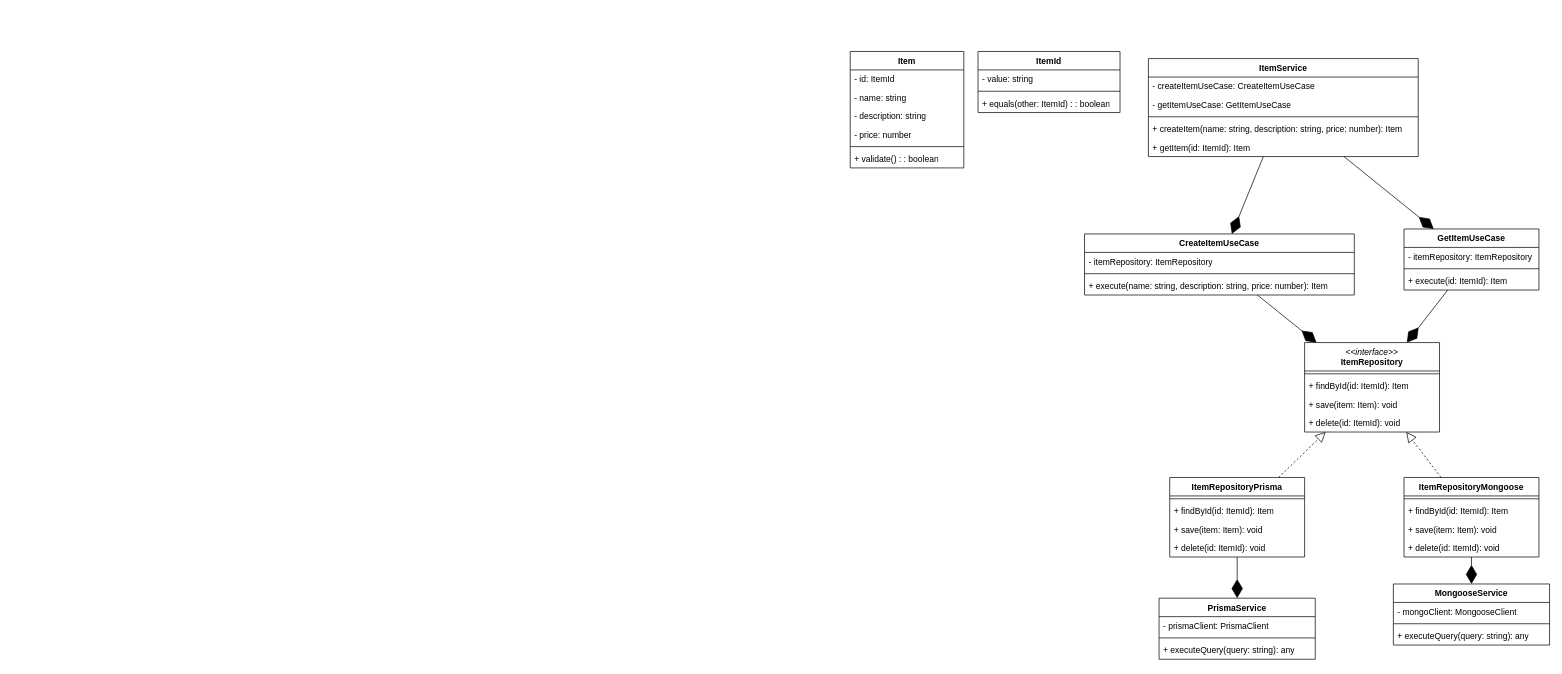
IxyzDev/nestjs-ddd-hexagonal keeps this draw.io diagram as page "Clases" (5 of 5) of docs/diseños/diagrams/02-lógico.drawio. Above is the earlier version. Source tidied: cells renumbered, new cells numbered last; positions are measured from the earlier drawing's top-left corner, leaving out a move shared by most shapes. Both pictures are drawn from the tidied source at 71%, with x=0, y=0 at pixel (850, 51).
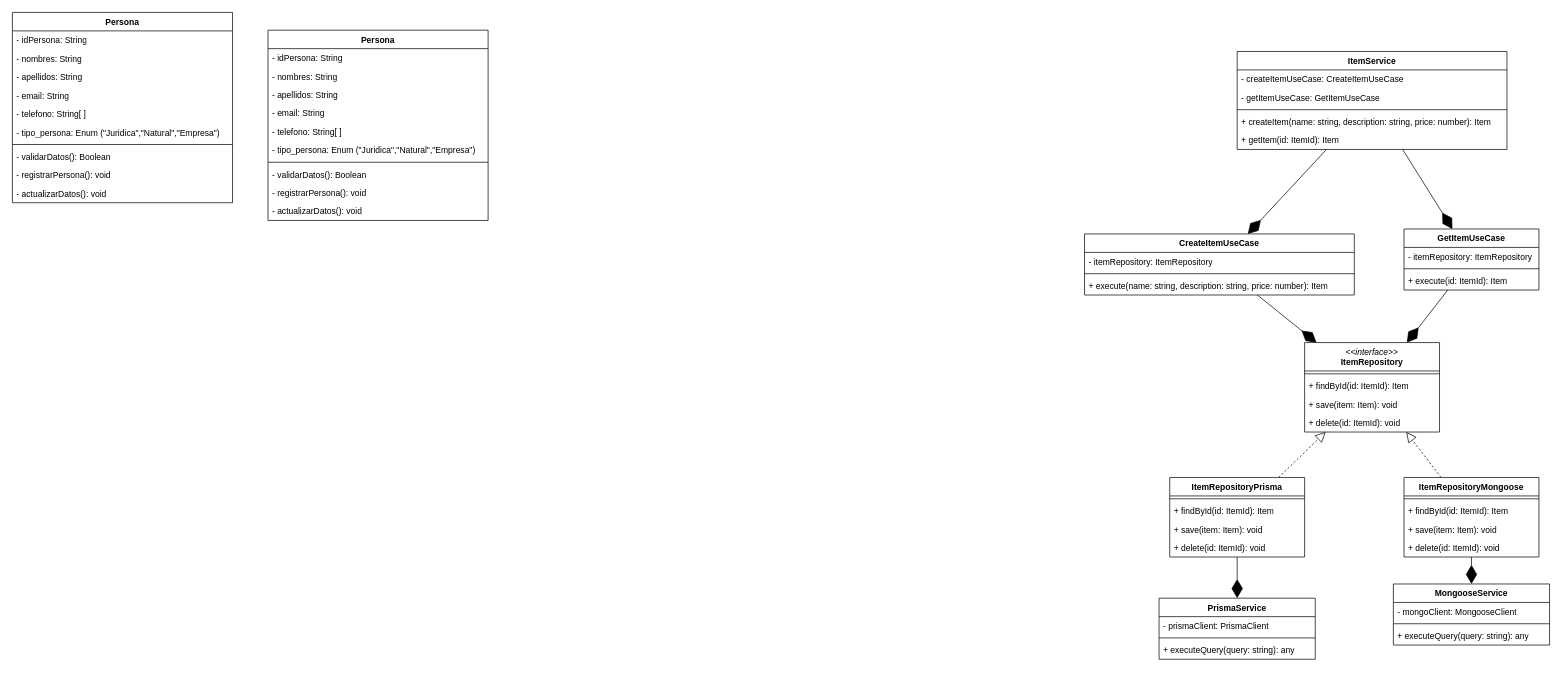
Above is the later version.

The edit, as a diff of the source:
```diff
@@
-    <mxCell id="2" value="Item" style="swimlane;fontStyle=1;align=center;verticalAlign=top;horizontal=1;startSize=26;whiteSpace=wrap;html=1;" parent="1" vertex="1">
-      <mxGeometry width="160" height="164" as="geometry" />
-    </mxCell>
-    <mxCell id="3" value="- id: ItemId" style="text;strokeColor=none;fillColor=none;align=left;verticalAlign=top;spacingLeft=4;spacingRight=4;overflow=hidden;whiteSpace=wrap;html=1;" parent="2" vertex="1">
-      <mxGeometry y="26" width="160" height="26" as="geometry" />
-    </mxCell>
-    <mxCell id="4" value="- name: string" style="text;strokeColor=none;fillColor=none;align=left;verticalAlign=top;spacingLeft=4;spacingRight=4;overflow=hidden;whiteSpace=wrap;html=1;" parent="2" vertex="1">
-      <mxGeometry y="52" width="160" height="26" as="geometry" />
-    </mxCell>
-    <mxCell id="5" value="- description: string" style="text;strokeColor=none;fillColor=none;align=left;verticalAlign=top;spacingLeft=4;spacingRight=4;overflow=hidden;whiteSpace=wrap;html=1;" parent="2" vertex="1">
-      <mxGeometry y="78" width="160" height="26" as="geometry" />
-    </mxCell>
-    <mxCell id="6" value="- price: number" style="text;strokeColor=none;fillColor=none;align=left;verticalAlign=top;spacingLeft=4;spacingRight=4;overflow=hidden;whiteSpace=wrap;html=1;" parent="2" vertex="1">
-      <mxGeometry y="104" width="160" height="26" as="geometry" />
-    </mxCell>
-    <mxCell id="7" style="line;strokeWidth=1;fillColor=none;align=left;verticalAlign=middle;spacingTop=-1;spacingLeft=3;spacingRight=3;labelPosition=right;strokeColor=inherit;" parent="2" vertex="1">
-      <mxGeometry y="130" width="160" height="8" as="geometry" />
-    </mxCell>
-    <mxCell id="8" value="+ validate() : : boolean" style="text;strokeColor=none;fillColor=none;align=left;verticalAlign=top;spacingLeft=4;spacingRight=4;overflow=hidden;whiteSpace=wrap;html=1;" parent="2" vertex="1">
-      <mxGeometry y="138" width="160" height="26" as="geometry" />
-    </mxCell>
-    <mxCell id="9" value="ItemId" style="swimlane;fontStyle=1;align=center;verticalAlign=top;horizontal=1;startSize=26;whiteSpace=wrap;html=1;" parent="1" vertex="1">
-      <mxGeometry x="180" width="200" height="86" as="geometry" />
-    </mxCell>
-    <mxCell id="10" value="- value: string" style="text;strokeColor=none;fillColor=none;align=left;verticalAlign=top;spacingLeft=4;spacingRight=4;overflow=hidden;whiteSpace=wrap;html=1;" parent="9" vertex="1">
-      <mxGeometry y="26" width="200" height="26" as="geometry" />
-    </mxCell>
-    <mxCell id="11" style="line;strokeWidth=1;fillColor=none;align=left;verticalAlign=middle;spacingTop=-1;spacingLeft=3;spacingRight=3;labelPosition=right;strokeColor=inherit;" parent="9" vertex="1">
-      <mxGeometry y="52" width="200" height="8" as="geometry" />
-    </mxCell>
-    <mxCell id="12" value="+ equals(other: ItemId) : : boolean" style="text;strokeColor=none;fillColor=none;align=left;verticalAlign=top;spacingLeft=4;spacingRight=4;overflow=hidden;whiteSpace=wrap;html=1;" parent="9" vertex="1">
-      <mxGeometry y="60" width="200" height="26" as="geometry" />
-    </mxCell>
     <mxCell id="13" value="ItemService" style="swimlane;fontStyle=1;align=center;verticalAlign=top;horizontal=1;startSize=26;whiteSpace=wrap;html=1;" parent="1" vertex="1">
-      <mxGeometry x="420" y="10" width="380" height="138" as="geometry" />
+      <mxGeometry x="545" width="380" height="138" as="geometry" />
     </mxCell>
@@
+    <mxCell id="58" value="Persona" style="swimlane;fontStyle=1;align=center;verticalAlign=top;horizontal=1;startSize=26;whiteSpace=wrap;html=1;" parent="1" vertex="1">
+      <mxGeometry x="-1180" y="-55" width="310" height="268" as="geometry" />
+    </mxCell>
+    <mxCell id="59" value="- idPersona: String" style="text;strokeColor=none;fillColor=none;align=left;verticalAlign=top;spacingLeft=4;spacingRight=4;overflow=hidden;whiteSpace=wrap;html=1;" parent="58" vertex="1">
+      <mxGeometry y="26" width="310" height="26" as="geometry" />
+    </mxCell>
+    <mxCell id="60" value="- nombres: String" style="text;strokeColor=none;fillColor=none;align=left;verticalAlign=top;spacingLeft=4;spacingRight=4;overflow=hidden;whiteSpace=wrap;html=1;" parent="58" vertex="1">
+      <mxGeometry y="52" width="310" height="26" as="geometry" />
+    </mxCell>
+    <mxCell id="61" value="- apellidos: String" style="text;strokeColor=none;fillColor=none;align=left;verticalAlign=top;spacingLeft=4;spacingRight=4;overflow=hidden;whiteSpace=wrap;html=1;" parent="58" vertex="1">
+      <mxGeometry y="78" width="310" height="26" as="geometry" />
+    </mxCell>
+    <mxCell id="62" value="- email: String" style="text;strokeColor=none;fillColor=none;align=left;verticalAlign=top;spacingLeft=4;spacingRight=4;overflow=hidden;whiteSpace=wrap;html=1;" parent="58" vertex="1">
+      <mxGeometry y="104" width="310" height="26" as="geometry" />
+    </mxCell>
+    <mxCell id="63" value="- telefono: String[ ]" style="text;strokeColor=none;fillColor=none;align=left;verticalAlign=top;spacingLeft=4;spacingRight=4;overflow=hidden;whiteSpace=wrap;html=1;" parent="58" vertex="1">
+      <mxGeometry y="130" width="310" height="26" as="geometry" />
+    </mxCell>
+    <mxCell id="64" value="- tipo_persona: Enum (&quot;Juridica&quot;,&quot;Natural&quot;,&quot;Empresa&quot;)" style="text;strokeColor=none;fillColor=none;align=left;verticalAlign=top;spacingLeft=4;spacingRight=4;overflow=hidden;whiteSpace=wrap;html=1;" parent="58" vertex="1">
+      <mxGeometry y="156" width="310" height="26" as="geometry" />
+    </mxCell>
+    <mxCell id="65" style="line;strokeWidth=1;fillColor=none;align=left;verticalAlign=middle;spacingTop=-1;spacingLeft=3;spacingRight=3;labelPosition=right;strokeColor=inherit;" parent="58" vertex="1">
+      <mxGeometry y="182" width="310" height="8" as="geometry" />
+    </mxCell>
+    <mxCell id="66" value="- validarDatos(): Boolean" style="text;strokeColor=none;fillColor=none;align=left;verticalAlign=top;spacingLeft=4;spacingRight=4;overflow=hidden;whiteSpace=wrap;html=1;" parent="58" vertex="1">
+      <mxGeometry y="190" width="310" height="26" as="geometry" />
+    </mxCell>
+    <mxCell id="67" value="- registrarPersona(): void" style="text;strokeColor=none;fillColor=none;align=left;verticalAlign=top;spacingLeft=4;spacingRight=4;overflow=hidden;whiteSpace=wrap;html=1;" parent="58" vertex="1">
+      <mxGeometry y="216" width="310" height="26" as="geometry" />
+    </mxCell>
+    <mxCell id="68" value="- actualizarDatos(): void" style="text;strokeColor=none;fillColor=none;align=left;verticalAlign=top;spacingLeft=4;spacingRight=4;overflow=hidden;whiteSpace=wrap;html=1;" parent="58" vertex="1">
+      <mxGeometry y="242" width="310" height="26" as="geometry" />
+    </mxCell>
+    <mxCell id="69" value="Persona" style="swimlane;fontStyle=1;align=center;verticalAlign=top;horizontal=1;startSize=26;whiteSpace=wrap;html=1;" parent="1" vertex="1">
+      <mxGeometry x="-820" y="-30" width="310" height="268" as="geometry" />
+    </mxCell>
+    <mxCell id="70" value="- idPersona: String" style="text;strokeColor=none;fillColor=none;align=left;verticalAlign=top;spacingLeft=4;spacingRight=4;overflow=hidden;whiteSpace=wrap;html=1;" parent="69" vertex="1">
+      <mxGeometry y="26" width="310" height="26" as="geometry" />
+    </mxCell>
+    <mxCell id="71" value="- nombres: String" style="text;strokeColor=none;fillColor=none;align=left;verticalAlign=top;spacingLeft=4;spacingRight=4;overflow=hidden;whiteSpace=wrap;html=1;" parent="69" vertex="1">
+      <mxGeometry y="52" width="310" height="26" as="geometry" />
+    </mxCell>
+    <mxCell id="72" value="- apellidos: String" style="text;strokeColor=none;fillColor=none;align=left;verticalAlign=top;spacingLeft=4;spacingRight=4;overflow=hidden;whiteSpace=wrap;html=1;" parent="69" vertex="1">
+      <mxGeometry y="78" width="310" height="26" as="geometry" />
+    </mxCell>
+    <mxCell id="73" value="- email: String" style="text;strokeColor=none;fillColor=none;align=left;verticalAlign=top;spacingLeft=4;spacingRight=4;overflow=hidden;whiteSpace=wrap;html=1;" parent="69" vertex="1">
+      <mxGeometry y="104" width="310" height="26" as="geometry" />
+    </mxCell>
+    <mxCell id="74" value="- telefono: String[ ]" style="text;strokeColor=none;fillColor=none;align=left;verticalAlign=top;spacingLeft=4;spacingRight=4;overflow=hidden;whiteSpace=wrap;html=1;" parent="69" vertex="1">
+      <mxGeometry y="130" width="310" height="26" as="geometry" />
+    </mxCell>
+    <mxCell id="75" value="- tipo_persona: Enum (&quot;Juridica&quot;,&quot;Natural&quot;,&quot;Empresa&quot;)" style="text;strokeColor=none;fillColor=none;align=left;verticalAlign=top;spacingLeft=4;spacingRight=4;overflow=hidden;whiteSpace=wrap;html=1;" parent="69" vertex="1">
+      <mxGeometry y="156" width="310" height="26" as="geometry" />
+    </mxCell>
+    <mxCell id="76" style="line;strokeWidth=1;fillColor=none;align=left;verticalAlign=middle;spacingTop=-1;spacingLeft=3;spacingRight=3;labelPosition=right;strokeColor=inherit;" parent="69" vertex="1">
+      <mxGeometry y="182" width="310" height="8" as="geometry" />
+    </mxCell>
+    <mxCell id="77" value="- validarDatos(): Boolean" style="text;strokeColor=none;fillColor=none;align=left;verticalAlign=top;spacingLeft=4;spacingRight=4;overflow=hidden;whiteSpace=wrap;html=1;" parent="69" vertex="1">
+      <mxGeometry y="190" width="310" height="26" as="geometry" />
+    </mxCell>
+    <mxCell id="78" value="- registrarPersona(): void" style="text;strokeColor=none;fillColor=none;align=left;verticalAlign=top;spacingLeft=4;spacingRight=4;overflow=hidden;whiteSpace=wrap;html=1;" parent="69" vertex="1">
+      <mxGeometry y="216" width="310" height="26" as="geometry" />
+    </mxCell>
+    <mxCell id="79" value="- actualizarDatos(): void" style="text;strokeColor=none;fillColor=none;align=left;verticalAlign=top;spacingLeft=4;spacingRight=4;overflow=hidden;whiteSpace=wrap;html=1;" parent="69" vertex="1">
+      <mxGeometry y="242" width="310" height="26" as="geometry" />
+    </mxCell>
```
